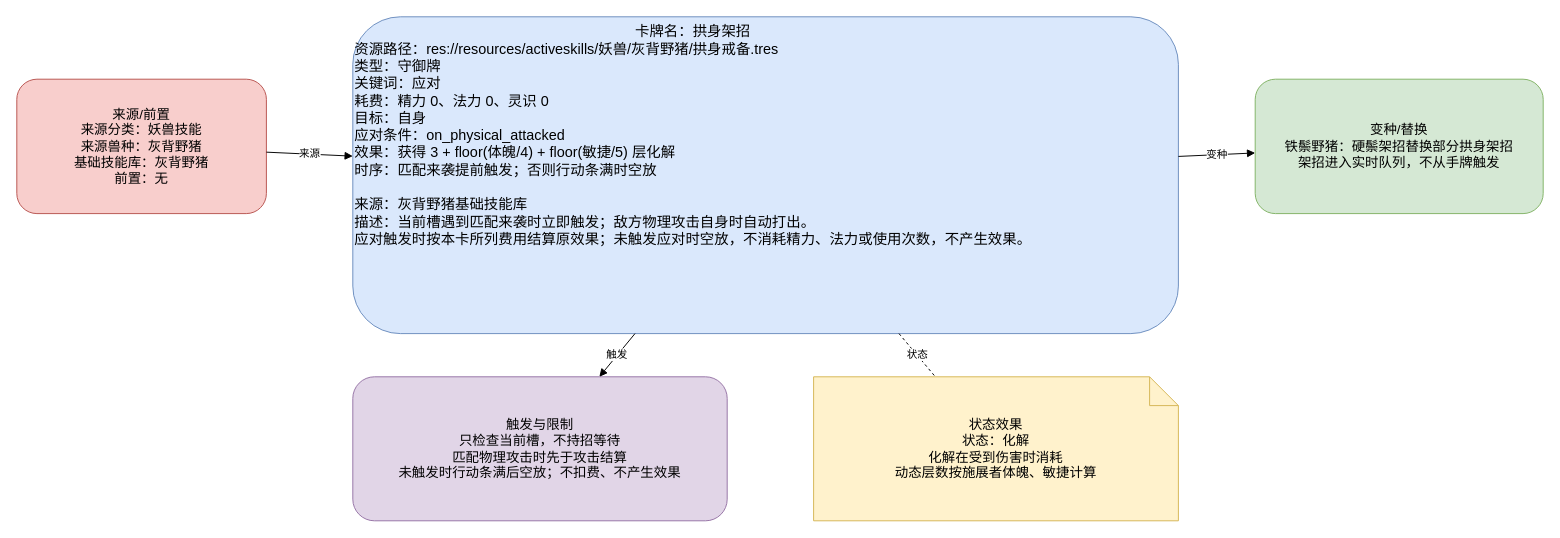
The draw.io diagram docs/卡牌词典/妖兽/灰背野猪/拱身架招.drawio in ankundanetracyc-spec/tian-guan-you-du, before the edit. Source tidied: cells renumbered, new cells numbered last; positions are measured from the earlier drawing's top-left corner, leaving out a move shared by most shapes. Both pictures are drawn from the tidied source at 96%, with x=0, y=0 at pixel (16, 16).
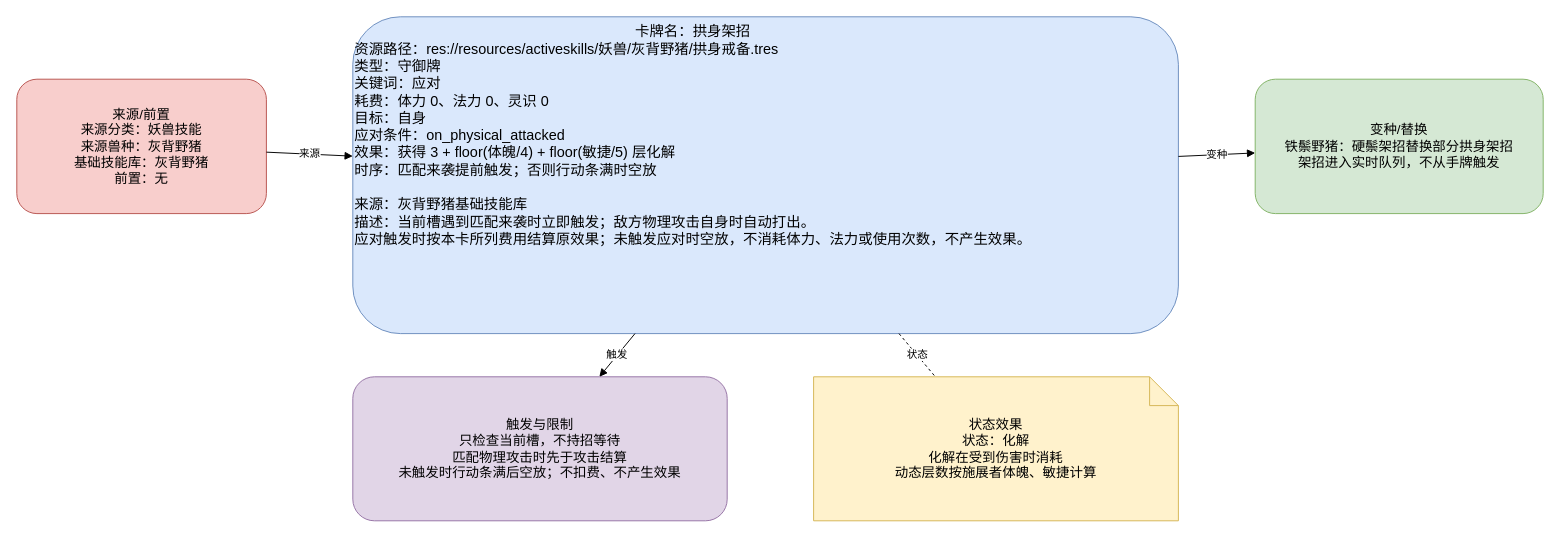
The same page after the edit.

What changed in the source:
```diff
@@
 <mxGraphModel>
   <root>
     <mxCell id="0" />
     <mxCell id="1" parent="0" />
-    <mxCell id="2" value="&lt;div style=&quot;text-align:center;&quot;&gt;卡牌名：拱身架招&lt;/div&gt;&lt;div style=&quot;text-align:left;&quot;&gt;资源路径：res://resources/activeskills/妖兽/灰背野猪/拱身戒备.tres&lt;br&gt;类型：守御牌&lt;br&gt;关键词：应对&lt;br&gt;耗费：精力 0、法力 0、灵识 0&lt;br&gt;目标：自身&lt;br&gt;应对条件：on_physical_attacked&lt;br&gt;效果：获得 3 + floor(体魄/4) + floor(敏捷/5) 层化解&lt;br&gt;时序：匹配来袭提前触发；否则行动条满时空放&lt;/div&gt;&lt;br&gt;来源：灰背野猪基础技能库&lt;br&gt;描述：当前槽遇到匹配来袭时立即触发；敌方物理攻击自身时自动打出。&lt;br&gt;应对触发时按本卡所列费用结算原效果；未触发应对时空放，不消耗精力、法力或使用次数，不产生效果。" style="rounded=1;whiteSpace=wrap;html=1;fillColor=#dae8fc;strokeColor=#6c8ebf;fontSize=15;align=left;verticalAlign=top;" parent="1" vertex="1">
+    <mxCell id="2" value="&lt;div style=&quot;text-align:center;&quot;&gt;卡牌名：拱身架招&lt;/div&gt;&lt;div style=&quot;text-align:left;&quot;&gt;资源路径：res://resources/activeskills/妖兽/灰背野猪/拱身戒备.tres&lt;br&gt;类型：守御牌&lt;br&gt;关键词：应对&lt;br&gt;耗费：体力 0、法力 0、灵识 0&lt;br&gt;目标：自身&lt;br&gt;应对条件：on_physical_attacked&lt;br&gt;效果：获得 3 + floor(体魄/4) + floor(敏捷/5) 层化解&lt;br&gt;时序：匹配来袭提前触发；否则行动条满时空放&lt;/div&gt;&lt;br&gt;来源：灰背野猪基础技能库&lt;br&gt;描述：当前槽遇到匹配来袭时立即触发；敌方物理攻击自身时自动打出。&lt;br&gt;应对触发时按本卡所列费用结算原效果；未触发应对时空放，不消耗体力、法力或使用次数，不产生效果。" style="rounded=1;whiteSpace=wrap;html=1;fillColor=#dae8fc;strokeColor=#6c8ebf;fontSize=15;align=left;verticalAlign=top;" parent="1" vertex="1">
       <mxGeometry x="350" width="860" height="330" as="geometry" />
     </mxCell>
     <mxCell id="3" value="来源/前置&#10;来源分类：妖兽技能&#10;来源兽种：灰背野猪&#10;基础技能库：灰背野猪&#10;前置：无" style="rounded=1;whiteSpace=wrap;html=1;fillColor=#f8cecc;strokeColor=#b85450;fontSize=14;" parent="1" vertex="1">
       <mxGeometry y="65" width="260" height="140" as="geometry" />
     </mxCell>
     <mxCell id="4" value="变种/替换&#10;铁鬃野猪：硬鬃架招替换部分拱身架招&#10;架招进入实时队列，不从手牌触发" style="rounded=1;whiteSpace=wrap;html=1;fillColor=#d5e8d4;strokeColor=#82b366;fontSize=14;" parent="1" vertex="1">
       <mxGeometry x="1290" y="65" width="300" height="140" as="geometry" />
     </mxCell>
     <mxCell id="5" value="触发与限制&#10;只检查当前槽，不持招等待&#10;匹配物理攻击时先于攻击结算&#10;未触发时行动条满后空放；不扣费、不产生效果" style="rounded=1;whiteSpace=wrap;html=1;fillColor=#e1d5e7;strokeColor=#9673a6;fontSize=14;" parent="1" vertex="1">
       <mxGeometry x="350" y="375" width="390" height="150" as="geometry" />
     </mxCell>
     <mxCell id="6" value="状态效果&#10;状态：化解&#10;化解在受到伤害时消耗&#10;动态层数按施展者体魄、敏捷计算" style="shape=note;whiteSpace=wrap;html=1;fillColor=#fff2cc;strokeColor=#d6b656;fontSize=14;" parent="1" vertex="1">
       <mxGeometry x="830" y="375" width="380" height="150" as="geometry" />
     </mxCell>
     <mxCell id="7" value="来源" style="endArrow=block;html=1;rounded=0;" parent="1" edge="1" source="3" target="2">
       <mxGeometry relative="1" as="geometry" />
     </mxCell>
     <mxCell id="8" value="变种" style="endArrow=block;html=1;rounded=0;" parent="1" edge="1" source="2" target="4">
       <mxGeometry relative="1" as="geometry" />
     </mxCell>
     <mxCell id="9" value="触发" style="endArrow=block;html=1;rounded=0;" parent="1" edge="1" source="2" target="5">
       <mxGeometry relative="1" as="geometry" />
     </mxCell>
     <mxCell id="10" value="状态" style="endArrow=none;dashed=1;html=1;" parent="1" edge="1" source="2" target="6">
       <mxGeometry relative="1" as="geometry" />
     </mxCell>
   </root>
 </mxGraphModel>
```
